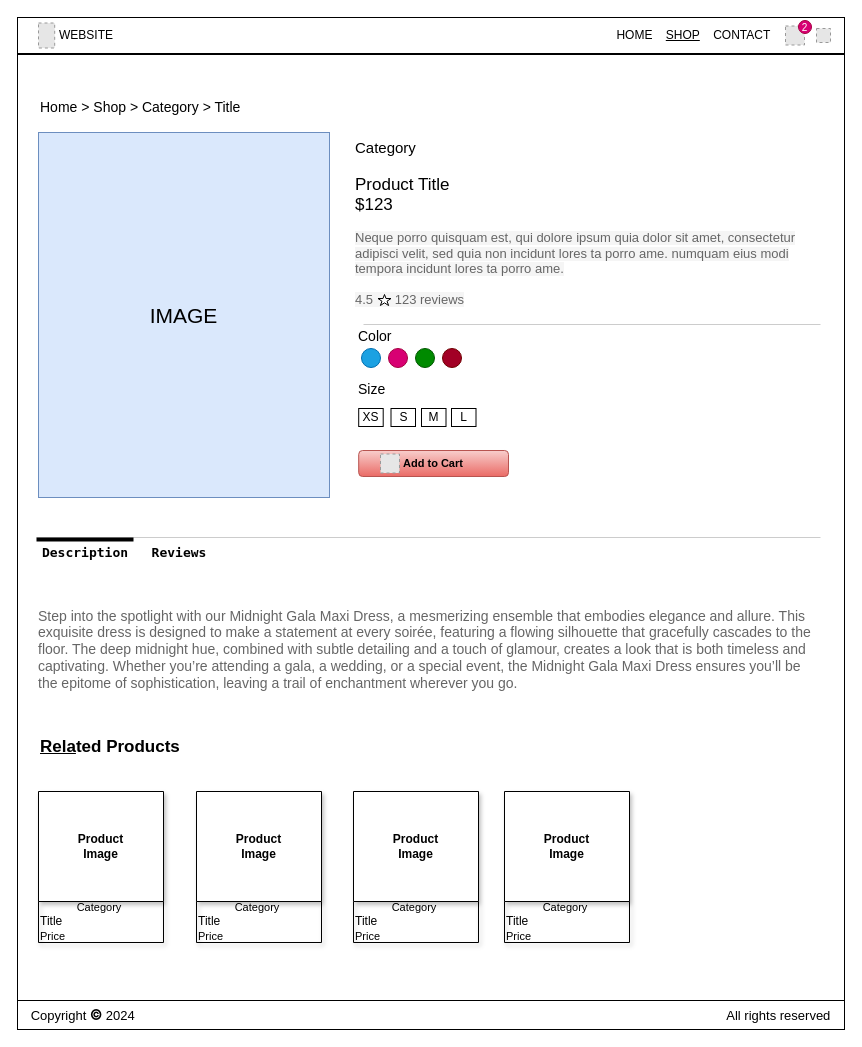
Earlier version of the draw.io diagram page "Product Page" (7 of 10) of Wireframes.drawio (ayushi1719/ecommerce). Source tidied: cells renumbered, new cells numbered last; positions are measured from the earlier drawing's top-left corner, leaving out a move shared by most shapes. Both pictures are drawn from the tidied source at 100%, with x=0, y=0 at pixel (17, 17). Pictures stored in the file or linked from it are replaced by grey dashed boxes.
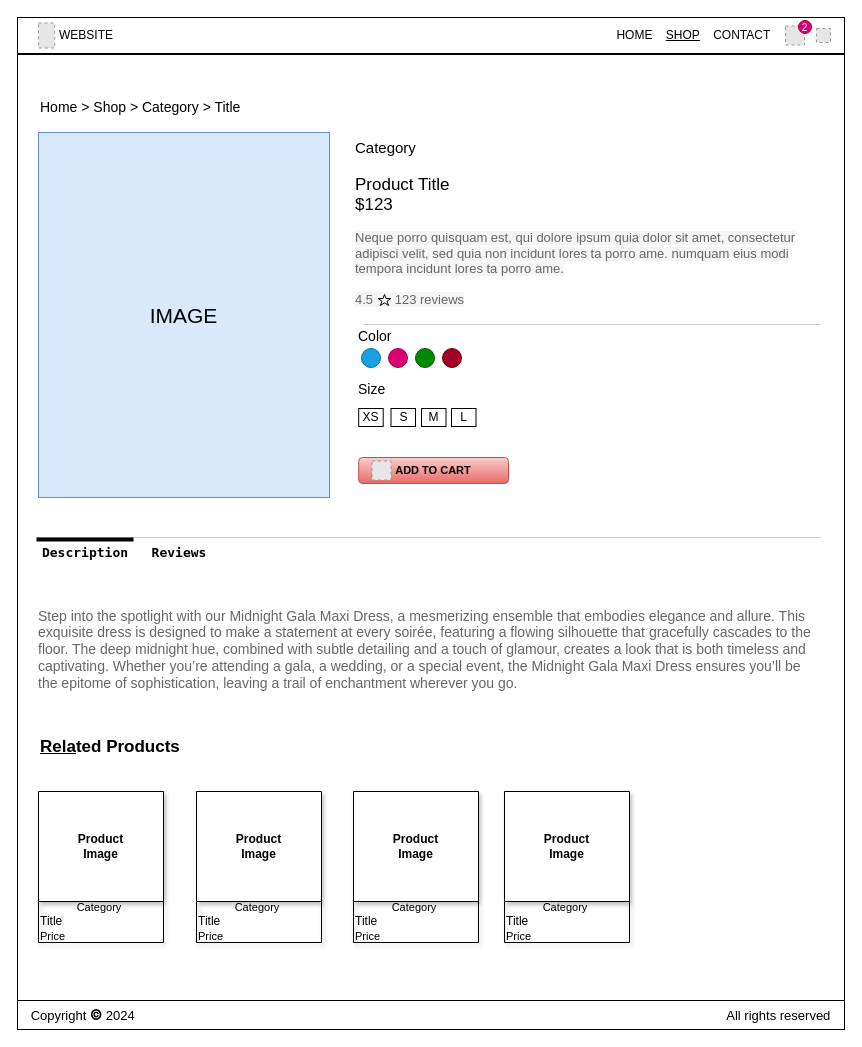
The same diagram, later.

Commit message (it also covers changes not shown here):
shopping cart page

Change to the diagram source:
```diff
@@
-    <mxCell id="25" value="&lt;b&gt;&lt;font style=&quot;font-size: 11px;&quot;&gt;Add to Cart&lt;/font&gt;&lt;/b&gt;" style="rounded=1;whiteSpace=wrap;html=1;strokeColor=#b85450;align=center;verticalAlign=middle;fontFamily=Helvetica;fontSize=12;fillColor=#f8cecc;gradientColor=#ea6b66;" parent="1" vertex="1">
-      <mxGeometry x="341.2" y="433" width="149.8" height="26" as="geometry" />
-    </mxCell>
-    <mxCell id="26" style="fillColor=#E6E6E6;strokeColor=#999999;dashed=1;html=1;verticalAlign=top;verticalLabelPosition=bottom;labelBackgroundColor=#ffffff;" parent="1" vertex="1">
-      <mxGeometry x="363" y="436.5" width="19" height="19" as="geometry" />
-    </mxCell>
@@
+    <mxCell id="41" value="&lt;b&gt;&lt;font style=&quot;font-size: 11px;&quot;&gt;ADD TO CART&lt;/font&gt;&lt;/b&gt;" style="rounded=1;whiteSpace=wrap;html=1;strokeColor=#b85450;align=center;verticalAlign=middle;fontFamily=Helvetica;fontSize=12;fillColor=#f8cecc;gradientColor=#ea6b66;" parent="1" vertex="1">
+      <mxGeometry x="341.2" y="440" width="149.8" height="26" as="geometry" />
+    </mxCell>
+    <mxCell id="26" style="fillColor=#E6E6E6;strokeColor=#999999;dashed=1;html=1;verticalAlign=top;verticalLabelPosition=bottom;labelBackgroundColor=#ffffff;" parent="1" vertex="1">
+      <mxGeometry x="354.5" y="443.5" width="19" height="19" as="geometry" />
+    </mxCell>
```
